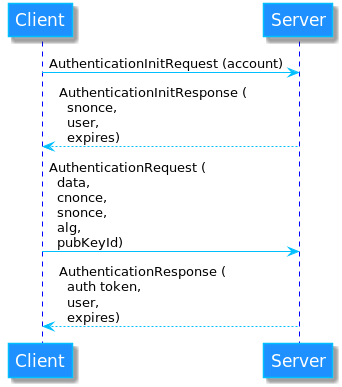
Earlier version of the PlantUML export docs/uml/auth_flow.png (finnishtransportagency/lippu-api).
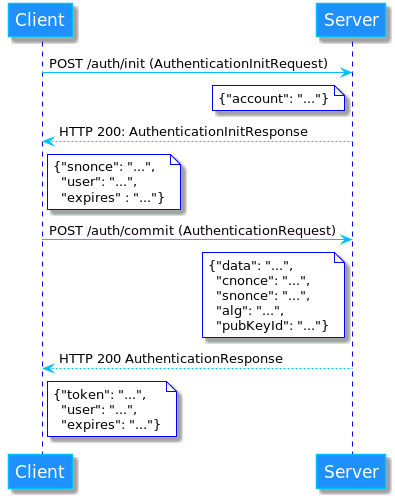
Later version of the same file.

Commit message:
Add travel entitlement descriptions, improved sequence diagrams and API docs

Diff of the diagram source:
```diff
@@ -1,6 +1,7 @@
 @startuml
 skinparam backgroundColor #FFFFFF
-
+skinparam NoteBackgroundColor #FFFFFF
+skinparam NoteBorderColor blue
 skinparam sequence {
 	ArrowColor DeepSkyBlue
 	ActorBorderColor DeepSkyBlue
@@ -9,7 +10,6 @@
 
 	ParticipantBorderColor DeepSkyBlue
 	ParticipantBackgroundColor DodgerBlue
-	ParticipantFontName Impact
 	ParticipantFontSize 17
 	ParticipantFontColor #FFFFFF
 
@@ -18,9 +18,13 @@
 	ActorFontSize 17
 	ActorFontName Aapex
 }
-Client -> Server: AuthenticationInitRequest (account)
-Server --> Client: AuthenticationInitResponse (\n  snonce,\n  user,\n  expires)
+Client -> Server: POST /auth/init (AuthenticationInitRequest)
+note left of Server #FFFFFF: {"account": "..."}
+Server --> Client: HTTP 200: AuthenticationInitResponse
+note right of Client #FFFFFF:{"snonce": "...",\n  "user": "...",\n  "expires" : "..."}
 
-Client -> Server: AuthenticationRequest (\n  data,\n  cnonce,\n  snonce,\n  alg,\n  pubKeyId)
-Server --> Client: AuthenticationResponse (\n  auth token,\n  user,\n  expires)
+Client -> Server: POST /auth/commit (AuthenticationRequest)
+note left of Server #FFFFFF: {"data": "...",\n  "cnonce": "...",\n  "snonce": "...",\n  "alg": "...",\n  "pubKeyId": "..."}
+Server --> Client: HTTP 200 AuthenticationResponse
+note right of Client #FFFFFF: {"token": "...",\n  "user": "...",\n  "expires": "..."}
 @enduml
```
